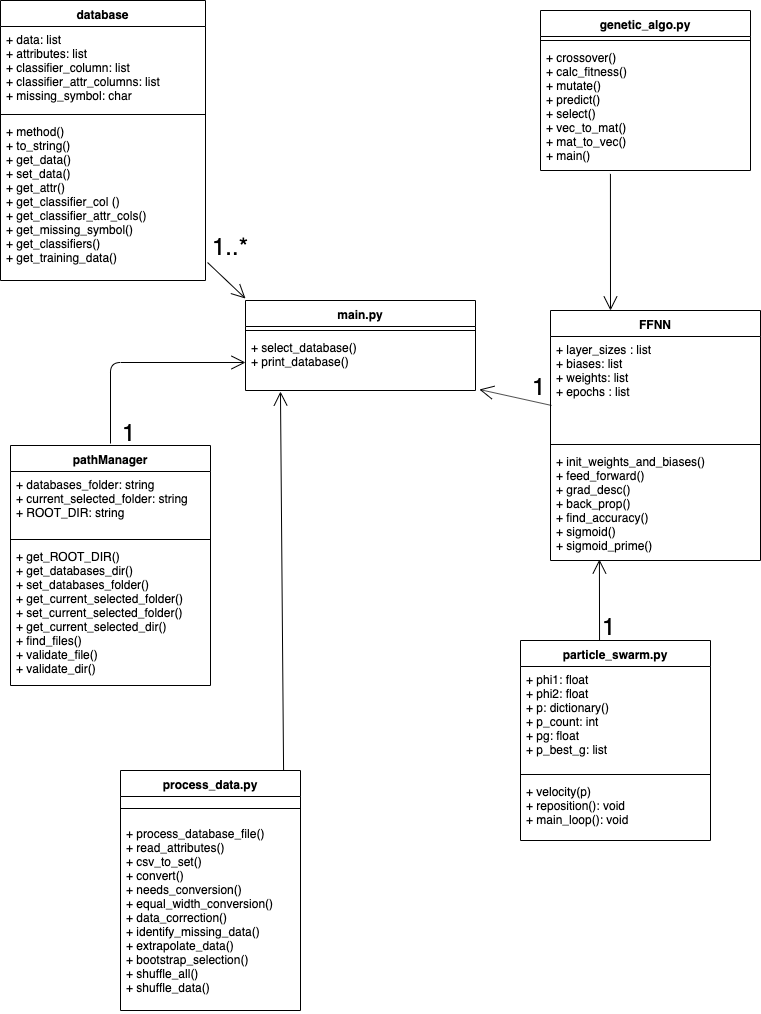
Above: design_doc/uml.png in hsoule427/CSCI-447-Project-4 (draw.io), before the change. Source tidied: cells renumbered, new cells last; positions are measured from the earlier drawing's top-left corner, leaving out a move shared by most shapes.
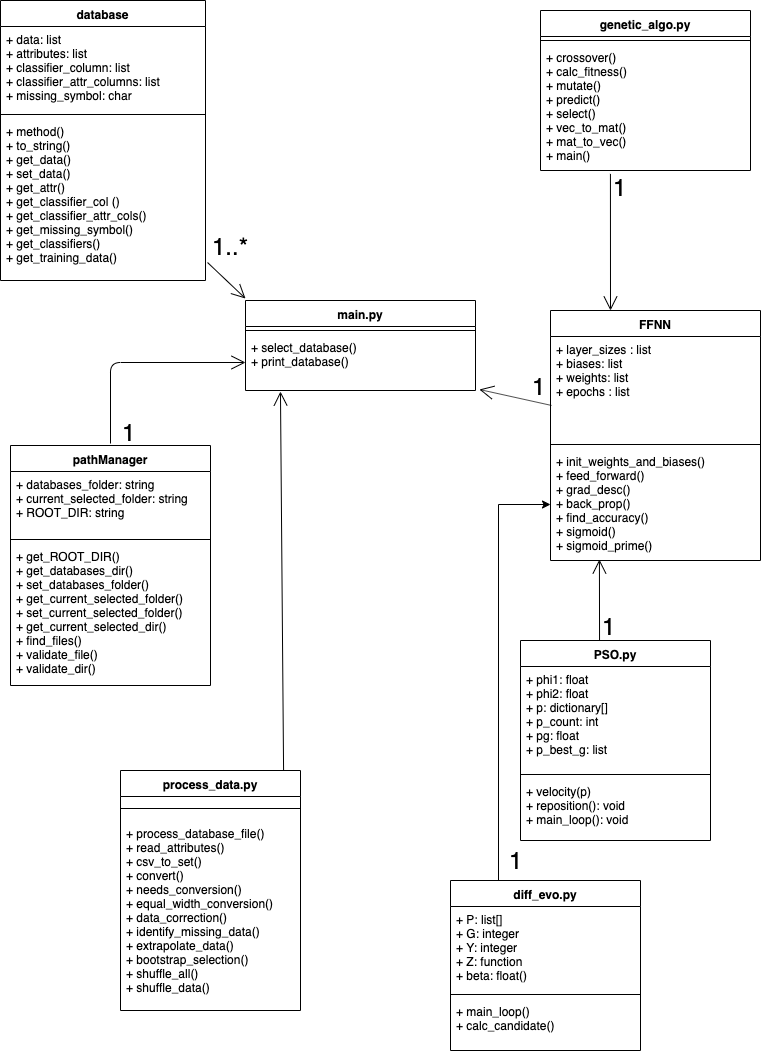
The same file after the commit.

The edit, as a diff of the source:
```diff
@@ -96,10 +96,10 @@
         <mxPoint x="610" y="310" as="targetPoint" />
       </mxGeometry>
     </mxCell>
-    <mxCell id="31" value="particle_swarm.py" style="swimlane;fontStyle=1;align=center;verticalAlign=top;horizontal=1;startSize=26;" parent="1" vertex="1">
+    <mxCell id="31" value="PSO.py" style="swimlane;fontStyle=1;align=center;verticalAlign=top;horizontal=1;startSize=26;" parent="1" vertex="1">
       <mxGeometry x="520" y="640" width="190" height="200" as="geometry" />
     </mxCell>
-    <mxCell id="32" value="+ phi1: float&#10;+ phi2: float&#10;+ p: dictionary()&#10;+ p_count: int&#10;+ pg: float&#10;+ p_best_g: list" style="text;strokeColor=none;fillColor=none;align=left;verticalAlign=top;spacingLeft=4;spacingRight=4;overflow=hidden;" parent="31" vertex="1">
+    <mxCell id="32" value="+ phi1: float&#10;+ phi2: float&#10;+ p: dictionary[]&#10;+ p_count: int&#10;+ pg: float&#10;+ p_best_g: list" style="text;strokeColor=none;fillColor=none;align=left;verticalAlign=top;spacingLeft=4;spacingRight=4;overflow=hidden;" parent="31" vertex="1">
       <mxGeometry y="26" width="190" height="104" as="geometry" />
     </mxCell>
     <mxCell id="33" style="line;strokeWidth=1;fillColor=none;align=left;verticalAlign=middle;spacingTop=-1;spacingLeft=3;spacingRight=3;labelPosition=right;" parent="31" vertex="1">
@@ -114,5 +114,26 @@
     <mxCell id="36" value="&lt;font style=&quot;font-size: 24px&quot;&gt;1&lt;/font&gt;" style="text;html=1;align=left;verticalAlign=top;spacingTop=-4;" parent="1" vertex="1">
       <mxGeometry x="600" y="610" width="30" height="20" as="geometry" />
     </mxCell>
+    <mxCell id="37" style="edgeStyle=orthogonalEdgeStyle;rounded=0;jettySize=auto;html=1;exitX=0.25;exitY=0;exitDx=0;exitDy=0;entryX=0;entryY=0.5;entryDx=0;entryDy=0;" parent="1" edge="1" source="38" target="5">
+      <mxGeometry relative="1" as="geometry" />
+    </mxCell>
+    <mxCell id="38" value="diff_evo.py" style="swimlane;fontStyle=1;align=center;verticalAlign=top;horizontal=1;startSize=26;" parent="1" vertex="1">
+      <mxGeometry x="450" y="880" width="190" height="170" as="geometry" />
+    </mxCell>
+    <mxCell id="39" value="+ P: list[]&#10;+ G: integer&#10;+ Y: integer&#10;+ Z: function&#10;+ beta: float()&#10;" style="text;strokeColor=none;fillColor=none;align=left;verticalAlign=top;spacingLeft=4;spacingRight=4;overflow=hidden;" parent="38" vertex="1">
+      <mxGeometry y="26" width="190" height="84" as="geometry" />
+    </mxCell>
+    <mxCell id="40" style="line;strokeWidth=1;fillColor=none;align=left;verticalAlign=middle;spacingTop=-1;spacingLeft=3;spacingRight=3;labelPosition=right;" parent="38" vertex="1">
+      <mxGeometry y="110" width="190" height="8" as="geometry" />
+    </mxCell>
+    <mxCell id="41" value="+ main_loop()&#10;+ calc_candidate()" style="text;strokeColor=none;fillColor=none;align=left;verticalAlign=top;spacingLeft=4;spacingRight=4;overflow=hidden;" parent="38" vertex="1">
+      <mxGeometry y="118" width="190" height="52" as="geometry" />
+    </mxCell>
+    <mxCell id="42" value="&lt;font style=&quot;font-size: 24px&quot;&gt;1&lt;/font&gt;" style="text;html=1;align=center;verticalAlign=middle;" parent="1" vertex="1">
+      <mxGeometry x="500" y="850" width="30" height="20" as="geometry" />
+    </mxCell>
+    <mxCell id="43" value="&lt;font style=&quot;font-size: 24px&quot;&gt;1&lt;/font&gt;" style="text;html=1;align=center;verticalAlign=middle;" parent="1" vertex="1">
+      <mxGeometry x="604" y="177" width="30" height="20" as="geometry" />
+    </mxCell>
   </root>
 </mxGraphModel>
```
